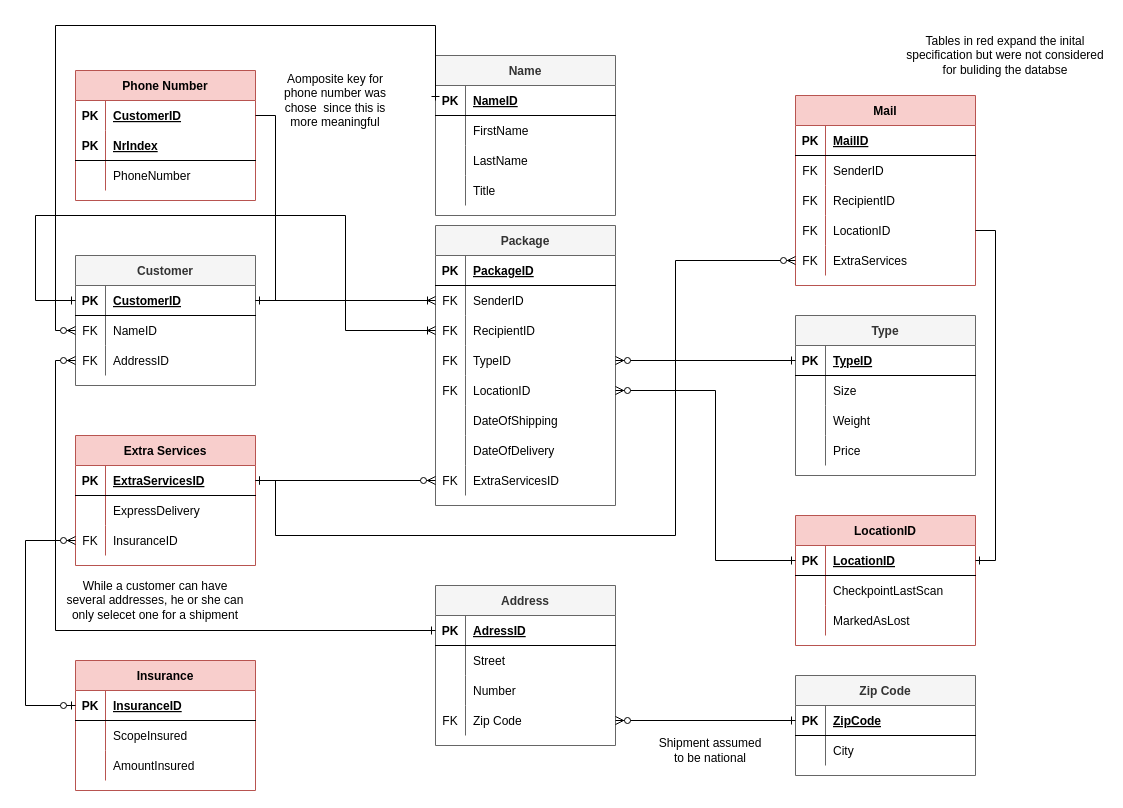
The draw.io diagram page "Step-4 (Bonus)" (5 of 5) of MailDeliveryServices.drawio in 20180912/CFLMS-Mark-CodeReview-09, before the edit. Source tidied: cells renumbered, new cells numbered last; positions are measured from the earlier drawing's top-left corner, leaving out a move shared by most shapes. Both pictures are drawn from the tidied source at 100%, with x=0, y=0 at pixel (25, 25).
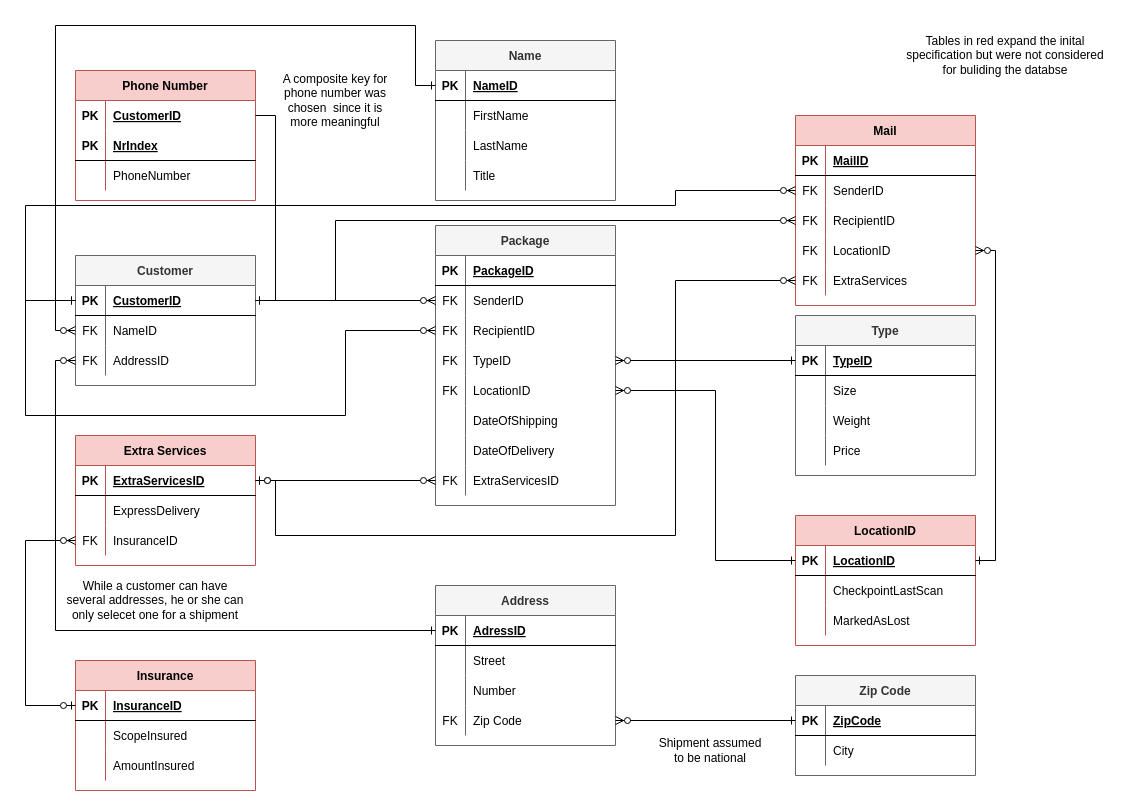
Above is the later version.

Unchanged cells that the change refers to:
```xml
<mxCell id="6" style="shape=partialRectangle;fillColor=none;top=0;left=0;bottom=0;right=0;points=[[0,0.5],[1,0.5]];portConstraint=eastwest;" parent="2" vertex="1">
  <mxGeometry y="60" width="180" height="30" as="geometry" />
</mxCell>
<mxCell id="9" style="shape=partialRectangle;fillColor=none;top=0;left=0;bottom=0;right=0;points=[[0,0.5],[1,0.5]];portConstraint=eastwest;" parent="2" vertex="1">
  <mxGeometry y="90" width="180" height="30" as="geometry" />
</mxCell>
<mxCell id="24" style="shape=partialRectangle;fillColor=none;top=0;left=0;bottom=0;right=0;points=[[0,0.5],[1,0.5]];portConstraint=eastwest;" parent="2" vertex="1">
  <mxGeometry y="240" width="180" height="30" as="geometry" />
</mxCell>
<mxCell id="28" style="shape=partialRectangle;fillColor=none;top=0;left=0;bottom=1;right=0;points=[[0,0.5],[1,0.5]];portConstraint=eastwest;" parent="27" vertex="1">
  <mxGeometry y="30" width="180" height="30" as="geometry" />
</mxCell>
<mxCell id="31" style="shape=partialRectangle;fillColor=none;top=0;left=0;bottom=0;right=0;points=[[0,0.5],[1,0.5]];portConstraint=eastwest;" parent="27" vertex="1">
  <mxGeometry y="60" width="180" height="30" as="geometry" />
</mxCell>
<mxCell id="78" style="shape=partialRectangle;fillColor=none;top=0;left=0;bottom=1;right=0;points=[[0,0.5],[1,0.5]];portConstraint=eastwest;" parent="77" vertex="1">
  <mxGeometry y="30" width="180" height="30" as="geometry" />
</mxCell>
<mxCell id="92" style="shape=partialRectangle;fillColor=none;top=0;left=0;bottom=1;right=0;points=[[0,0.5],[1,0.5]];portConstraint=eastwest;" parent="91" vertex="1">
  <mxGeometry y="30" width="180" height="30" as="geometry" />
</mxCell>
<mxCell id="114" style="shape=partialRectangle;fillColor=none;top=0;left=0;bottom=1;right=0;points=[[0,0.5],[1,0.5]];portConstraint=eastwest;" parent="113" vertex="1">
  <mxGeometry y="30" width="180" height="30" as="geometry" />
</mxCell>
<mxCell id="129" style="shape=partialRectangle;fillColor=none;top=0;left=0;bottom=0;right=0;points=[[0,0.5],[1,0.5]];portConstraint=eastwest;" parent="125" vertex="1">
  <mxGeometry y="60" width="180" height="30" as="geometry" />
</mxCell>
<mxCell id="132" style="shape=partialRectangle;fillColor=none;top=0;left=0;bottom=0;right=0;points=[[0,0.5],[1,0.5]];portConstraint=eastwest;" parent="125" vertex="1">
  <mxGeometry y="90" width="180" height="30" as="geometry" />
</mxCell>
<mxCell id="135" style="shape=partialRectangle;fillColor=none;top=0;left=0;bottom=0;right=0;points=[[0,0.5],[1,0.5]];portConstraint=eastwest;" parent="125" vertex="1">
  <mxGeometry y="120" width="180" height="30" as="geometry" />
</mxCell>
<mxCell id="138" style="shape=partialRectangle;fillColor=none;top=0;left=0;bottom=0;right=0;points=[[0,0.5],[1,0.5]];portConstraint=eastwest;" parent="125" vertex="1">
  <mxGeometry y="150" width="180" height="30" as="geometry" />
</mxCell>
```

Change to the diagram source:
```diff
@@
-    <mxCell id="37" style="edgeStyle=orthogonalEdgeStyle;rounded=0;jettySize=auto;html=1;exitX=1;exitY=0.5;exitDx=0;exitDy=0;entryX=0;entryY=0.5;entryDx=0;entryDy=0;startArrow=ERone;startFill=0;endArrow=ERoneToMany;endFill=0;" parent="1" edge="1" source="28" target="6">
+    <mxCell id="37" style="edgeStyle=orthogonalEdgeStyle;rounded=0;jettySize=auto;html=1;exitX=1;exitY=0.5;exitDx=0;exitDy=0;entryX=0;entryY=0.5;entryDx=0;entryDy=0;startArrow=ERone;startFill=0;endArrow=ERzeroToMany;endFill=1;" parent="1" edge="1" source="28" target="6">
       <mxGeometry relative="1" as="geometry" />
     </mxCell>
-    <mxCell id="38" style="edgeStyle=orthogonalEdgeStyle;rounded=0;jettySize=auto;html=1;exitX=0;exitY=0.5;exitDx=0;exitDy=0;entryX=0;entryY=0.5;entryDx=0;entryDy=0;startArrow=ERoneToMany;startFill=0;endArrow=ERone;endFill=0;" parent="1" edge="1" source="9" target="28">
+    <mxCell id="38" style="edgeStyle=orthogonalEdgeStyle;rounded=0;jettySize=auto;html=1;exitX=0;exitY=0.5;exitDx=0;exitDy=0;entryX=0;entryY=0.5;entryDx=0;entryDy=0;startArrow=ERzeroToMany;startFill=1;endArrow=ERone;endFill=0;" parent="1" edge="1" source="9" target="28">
       <mxGeometry relative="1" as="geometry">
         <Array as="points">
           <mxPoint x="320" y="305" />
-          <mxPoint x="320" y="190" />
-          <mxPoint x="10" y="190" />
-          <mxPoint x="10" y="275" />
+          <mxPoint x="320" y="390" />
+          <mxPoint y="390" />
+          <mxPoint y="275" />
         </Array>
       </mxGeometry>
     </mxCell>
@@
     <mxCell id="77" value="Name" style="shape=table;startSize=30;childLayout=tableLayout;rowLines=0;fontStyle=1;align=center;fillColor=#f5f5f5;strokeColor=#666666;fontColor=#333333;" parent="1" vertex="1">
-      <mxGeometry x="410" y="30" width="180" height="160" as="geometry" />
+      <mxGeometry x="410" y="15" width="180" height="160" as="geometry" />
     </mxCell>
@@
     <mxCell id="90" style="edgeStyle=orthogonalEdgeStyle;rounded=0;jettySize=auto;html=1;exitX=0;exitY=0.5;exitDx=0;exitDy=0;entryX=0;entryY=0.5;entryDx=0;entryDy=0;startArrow=ERzeroToMany;startFill=1;endArrow=ERone;endFill=0;" parent="1" edge="1" source="31" target="78">
       <mxGeometry relative="1" as="geometry">
         <Array as="points">
           <mxPoint x="30" y="305" />
           <mxPoint x="30" />
-          <mxPoint x="410" />
+          <mxPoint x="390" />
+          <mxPoint x="390" y="60" />
         </Array>
       </mxGeometry>
     </mxCell>
@@
-    <mxCell id="111" style="edgeStyle=orthogonalEdgeStyle;rounded=0;jettySize=auto;html=1;exitX=0;exitY=0.5;exitDx=0;exitDy=0;entryX=1;entryY=0.5;entryDx=0;entryDy=0;startArrow=ERzeroToMany;startFill=1;endArrow=ERone;endFill=0;" parent="1" edge="1" source="24" target="92">
+    <mxCell id="111" style="edgeStyle=orthogonalEdgeStyle;rounded=0;jettySize=auto;html=1;exitX=0;exitY=0.5;exitDx=0;exitDy=0;entryX=1;entryY=0.5;entryDx=0;entryDy=0;startArrow=ERzeroToMany;startFill=1;endArrow=ERzeroToOne;endFill=1;" parent="1" edge="1" source="24" target="92">
       <mxGeometry relative="1" as="geometry" />
     </mxCell>
@@
     <mxCell id="125" value="Mail" style="shape=table;startSize=30;childLayout=tableLayout;rowLines=0;fontStyle=1;align=center;fillColor=#f8cecc;strokeColor=#b85450;" parent="1" vertex="1">
-      <mxGeometry x="770" y="70" width="180" height="190" as="geometry" />
+      <mxGeometry x="770" y="90" width="180" height="190" as="geometry" />
     </mxCell>
@@
-    <mxCell id="141" style="edgeStyle=orthogonalEdgeStyle;rounded=0;jettySize=auto;html=1;exitX=1;exitY=0.5;exitDx=0;exitDy=0;entryX=1;entryY=0.5;entryDx=0;entryDy=0;endArrow=ERone;endFill=0;" parent="1" edge="1" source="135" target="114">
+    <mxCell id="141" style="edgeStyle=orthogonalEdgeStyle;rounded=0;jettySize=auto;html=1;exitX=1;exitY=0.5;exitDx=0;exitDy=0;entryX=1;entryY=0.5;entryDx=0;entryDy=0;endArrow=ERone;endFill=0;startArrow=ERzeroToMany;startFill=1;" parent="1" edge="1" source="135" target="114">
       <mxGeometry relative="1" as="geometry" />
     </mxCell>
-    <mxCell id="142" style="edgeStyle=orthogonalEdgeStyle;rounded=0;jettySize=auto;html=1;exitX=0;exitY=0.5;exitDx=0;exitDy=0;entryX=1;entryY=0.5;entryDx=0;entryDy=0;endArrow=ERone;endFill=0;startArrow=ERzeroToMany;startFill=1;" parent="1" edge="1" source="138" target="92">
+    <mxCell id="142" style="edgeStyle=orthogonalEdgeStyle;rounded=0;jettySize=auto;html=1;entryX=1;entryY=0.5;entryDx=0;entryDy=0;endArrow=ERzeroToOne;endFill=1;startArrow=ERzeroToMany;startFill=1;exitX=0;exitY=0.5;exitDx=0;exitDy=0;" parent="1" edge="1" source="138" target="92">
       <mxGeometry relative="1" as="geometry">
         <Array as="points">
-          <mxPoint x="650" y="235" />
+          <mxPoint x="650" y="255" />
           <mxPoint x="650" y="510" />
           <mxPoint x="250" y="510" />
           <mxPoint x="250" y="455" />
         </Array>
       </mxGeometry>
     </mxCell>
@@
-    <mxCell id="153" value="Aomposite key for phone number was chose&amp;nbsp; since this is more meaningful" style="text;html=1;strokeColor=none;fillColor=none;align=center;verticalAlign=middle;whiteSpace=wrap;rounded=0;" parent="1" vertex="1">
+    <mxCell id="153" value="A composite key for phone number was chosen&amp;nbsp; since it is more meaningful" style="text;html=1;strokeColor=none;fillColor=none;align=center;verticalAlign=middle;whiteSpace=wrap;rounded=0;" parent="1" vertex="1">
       <mxGeometry x="250" y="45" width="120" height="60" as="geometry" />
     </mxCell>
@@
+    <mxCell id="155" style="edgeStyle=orthogonalEdgeStyle;rounded=0;jettySize=auto;html=1;entryX=0;entryY=0.5;entryDx=0;entryDy=0;startArrow=ERzeroToMany;startFill=1;endArrow=ERone;endFill=0;exitX=0;exitY=0.5;exitDx=0;exitDy=0;" parent="1" edge="1" source="129" target="28">
+      <mxGeometry relative="1" as="geometry">
+        <Array as="points">
+          <mxPoint x="650" y="165" />
+          <mxPoint x="650" y="180" />
+          <mxPoint y="180" />
+          <mxPoint y="275" />
+        </Array>
+      </mxGeometry>
+    </mxCell>
+    <mxCell id="156" style="edgeStyle=orthogonalEdgeStyle;rounded=0;jettySize=auto;html=1;exitX=0;exitY=0.5;exitDx=0;exitDy=0;startArrow=ERzeroToMany;startFill=1;endArrow=ERone;endFill=0;entryX=1;entryY=0.5;entryDx=0;entryDy=0;" parent="1" edge="1" source="132" target="28">
+      <mxGeometry relative="1" as="geometry">
+        <Array as="points">
+          <mxPoint x="310" y="195" />
+          <mxPoint x="310" y="275" />
+        </Array>
+      </mxGeometry>
+    </mxCell>
```
